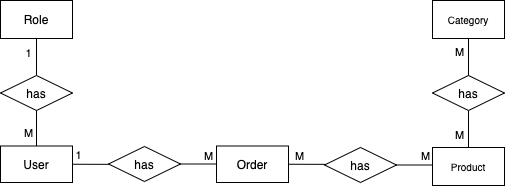
Above: images/ER.png in H0uston/WebBMSTUProject (draw.io), before the change. Source tidied: cells renumbered, new cells last; positions are measured from the earlier drawing's top-left corner, leaving out a move shared by most shapes.
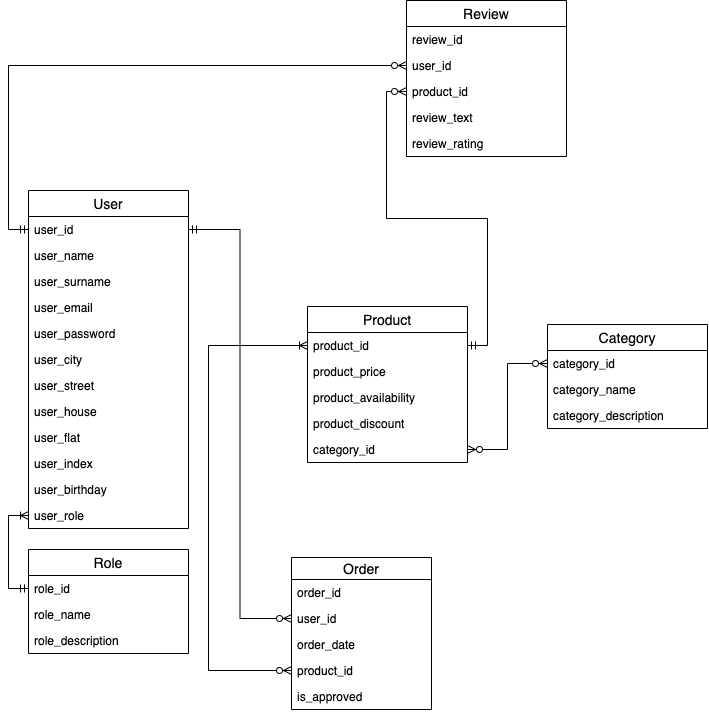
After the change.

Commit message:
Images have been updated

What changed in the source:
```diff
@@ -2,96 +2,145 @@
   <root>
     <mxCell id="0" />
     <mxCell id="1" parent="0" />
-    <mxCell id="2" value="Role" style="rounded=0;whiteSpace=wrap;html=1;" parent="1" vertex="1">
-      <mxGeometry width="72" height="38" as="geometry" />
+    <mxCell id="2" value="Order" style="swimlane;fontStyle=0;horizontal=1;startSize=22;align=center;fontSize=14;" parent="1" vertex="1">
+      <mxGeometry width="140" height="152" as="geometry" />
     </mxCell>
-    <mxCell id="3" style="edgeStyle=orthogonalEdgeStyle;rounded=0;jettySize=auto;html=1;exitX=0.5;exitY=0;exitDx=0;exitDy=0;entryX=0.5;entryY=1;entryDx=0;entryDy=0;endArrow=none;endFill=0;" parent="1" edge="1" source="5" target="2">
-      <mxGeometry relative="1" as="geometry" />
+    <mxCell id="3" value="order_id" style="text;strokeColor=none;fillColor=none;spacingLeft=4;spacingRight=4;overflow=hidden;fontSize=12;" parent="2" vertex="1">
+      <mxGeometry y="22" width="140" height="26" as="geometry" />
     </mxCell>
-    <mxCell id="4" value="1" style="edgeLabel;html=1;align=center;verticalAlign=middle;points=[];" parent="3" vertex="1">
-      <mxGeometry x="0.3" relative="1" as="geometry">
-        <mxPoint x="-9" y="0.1" as="offset" />
-      </mxGeometry>
+    <mxCell id="4" value="user_id" style="text;strokeColor=none;fillColor=none;spacingLeft=4;spacingRight=4;overflow=hidden;points=[[0,0.5],[1,0.5]];portConstraint=eastwest;fontSize=12;" parent="2" vertex="1">
+      <mxGeometry y="48" width="140" height="26" as="geometry" />
     </mxCell>
-    <mxCell id="5" value="has" style="rhombus;whiteSpace=wrap;html=1;" parent="1" vertex="1">
-      <mxGeometry y="75" width="72" height="35" as="geometry" />
+    <mxCell id="5" value="order_date" style="text;strokeColor=none;fillColor=none;spacingLeft=4;spacingRight=4;overflow=hidden;points=[[0,0.5],[1,0.5]];portConstraint=eastwest;fontSize=12;" parent="2" vertex="1">
+      <mxGeometry y="74" width="140" height="26" as="geometry" />
     </mxCell>
-    <mxCell id="6" style="edgeStyle=orthogonalEdgeStyle;rounded=0;jettySize=auto;html=1;exitX=0.5;exitY=0;exitDx=0;exitDy=0;entryX=0.5;entryY=1;entryDx=0;entryDy=0;endArrow=none;endFill=0;" parent="1" edge="1" source="10" target="5">
-      <mxGeometry relative="1" as="geometry" />
+    <mxCell id="6" value="product_id" style="text;strokeColor=none;fillColor=none;spacingLeft=4;spacingRight=4;overflow=hidden;points=[[0,0.5],[1,0.5]];portConstraint=eastwest;fontSize=12;" parent="2" vertex="1">
+      <mxGeometry y="100" width="140" height="26" as="geometry" />
     </mxCell>
-    <mxCell id="7" value="М" style="edgeLabel;html=1;align=center;verticalAlign=middle;" parent="6" vertex="1">
-      <mxGeometry x="-0.28" relative="1" as="geometry">
-        <mxPoint x="-9" y="0.1" as="offset" />
-      </mxGeometry>
+    <mxCell id="7" value="is_approved" style="text;strokeColor=none;fillColor=none;spacingLeft=4;spacingRight=4;overflow=hidden;fontSize=12;" parent="2" vertex="1">
+      <mxGeometry y="126" width="140" height="26" as="geometry" />
     </mxCell>
-    <mxCell id="8" style="edgeStyle=orthogonalEdgeStyle;rounded=0;jettySize=auto;html=1;exitX=1;exitY=0.5;exitDx=0;exitDy=0;entryX=0;entryY=0.5;entryDx=0;entryDy=0;endArrow=none;endFill=0;" parent="1" edge="1" source="10" target="16">
-      <mxGeometry relative="1" as="geometry" />
+    <mxCell id="8" value="Product" style="swimlane;fontStyle=0;horizontal=1;startSize=26;align=center;fontSize=14;" parent="1" vertex="1">
+      <mxGeometry x="16" y="-251" width="160" height="156" as="geometry" />
     </mxCell>
-    <mxCell id="9" value="1" style="edgeLabel;html=1;align=center;verticalAlign=middle;points=[];" parent="8" vertex="1">
-      <mxGeometry x="-0.9" y="2" relative="1" as="geometry">
-        <mxPoint x="3.3" y="-7.5" as="offset" />
-      </mxGeometry>
+    <mxCell id="9" value="product_id" style="text;strokeColor=none;fillColor=none;spacingLeft=4;spacingRight=4;overflow=hidden;points=[[0,0.5],[1,0.5]];portConstraint=eastwest;fontSize=12;" parent="8" vertex="1">
+      <mxGeometry y="26" width="160" height="26" as="geometry" />
     </mxCell>
-    <mxCell id="10" value="&lt;font style=&quot;font-size: 12px&quot;&gt;User&lt;/font&gt;" style="rounded=0;whiteSpace=wrap;html=1;" parent="1" vertex="1">
-      <mxGeometry y="145.5" width="72" height="36.5" as="geometry" />
+    <mxCell id="10" value="product_price" style="text;strokeColor=none;fillColor=none;spacingLeft=4;spacingRight=4;overflow=hidden;points=[[0,0.5],[1,0.5]];portConstraint=eastwest;fontSize=12;" parent="8" vertex="1">
+      <mxGeometry y="52" width="160" height="26" as="geometry" />
     </mxCell>
-    <mxCell id="11" style="edgeStyle=orthogonalEdgeStyle;rounded=0;jettySize=auto;html=1;exitX=1;exitY=0.5;exitDx=0;exitDy=0;endArrow=none;endFill=0;entryX=0;entryY=0.5;entryDx=0;entryDy=0;" parent="1" edge="1" source="13" target="22">
-      <mxGeometry relative="1" as="geometry" />
+    <mxCell id="11" value="product_availability" style="text;strokeColor=none;fillColor=none;spacingLeft=4;spacingRight=4;overflow=hidden;fontSize=12;" parent="8" vertex="1">
+      <mxGeometry y="78" width="160" height="26" as="geometry" />
     </mxCell>
-    <mxCell id="12" value="М" style="edgeLabel;html=1;align=center;verticalAlign=middle;" parent="11" vertex="1">
-      <mxGeometry x="-0.5" relative="1" as="geometry">
-        <mxPoint y="-8.8" as="offset" />
-      </mxGeometry>
+    <mxCell id="12" value="product_discount" style="text;strokeColor=none;fillColor=none;spacingLeft=4;spacingRight=4;overflow=hidden;fontSize=12;" parent="8" vertex="1">
+      <mxGeometry y="104" width="160" height="26" as="geometry" />
     </mxCell>
-    <mxCell id="13" value="&lt;font style=&quot;font-size: 12px&quot;&gt;Order&lt;/font&gt;" style="rounded=0;whiteSpace=wrap;html=1;" parent="1" vertex="1">
-      <mxGeometry x="216" y="145.5" width="72" height="36.5" as="geometry" />
+    <mxCell id="13" value="category_id" style="text;strokeColor=none;fillColor=none;spacingLeft=4;spacingRight=4;overflow=hidden;points=[[0,0.5],[1,0.5]];portConstraint=eastwest;fontSize=12;" parent="8" vertex="1">
+      <mxGeometry y="130" width="160" height="26" as="geometry" />
     </mxCell>
-    <mxCell id="14" style="edgeStyle=orthogonalEdgeStyle;rounded=0;jettySize=auto;html=1;exitX=1;exitY=0.5;exitDx=0;exitDy=0;endArrow=none;endFill=0;entryX=0;entryY=0.5;entryDx=0;entryDy=0;" parent="1" edge="1" source="16" target="13">
-      <mxGeometry relative="1" as="geometry" />
+    <mxCell id="14" value="Review" style="swimlane;fontStyle=0;horizontal=1;startSize=26;align=center;fontSize=14;" parent="1" vertex="1">
+      <mxGeometry x="115" y="-557" width="160" height="156" as="geometry" />
     </mxCell>
-    <mxCell id="15" value="М" style="edgeLabel;html=1;align=center;verticalAlign=middle;" parent="14" vertex="1">
-      <mxGeometry x="0.51" y="1" relative="1" as="geometry">
-        <mxPoint x="0.4" y="-7.5" as="offset" />
-      </mxGeometry>
+    <mxCell id="15" value="review_id" style="text;strokeColor=none;fillColor=none;spacingLeft=4;spacingRight=4;overflow=hidden;fontSize=12;" parent="14" vertex="1">
+      <mxGeometry y="26" width="160" height="26" as="geometry" />
     </mxCell>
-    <mxCell id="16" value="has" style="rhombus;whiteSpace=wrap;html=1;" parent="1" vertex="1">
-      <mxGeometry x="108" y="146" width="72" height="35" as="geometry" />
+    <mxCell id="16" value="user_id" style="text;strokeColor=none;fillColor=none;spacingLeft=4;spacingRight=4;overflow=hidden;points=[[0,0.5],[1,0.5]];portConstraint=eastwest;fontSize=12;" parent="14" vertex="1">
+      <mxGeometry y="52" width="160" height="26" as="geometry" />
     </mxCell>
-    <mxCell id="17" style="edgeStyle=orthogonalEdgeStyle;rounded=0;jettySize=auto;html=1;exitX=0.5;exitY=0;exitDx=0;exitDy=0;entryX=0.5;entryY=1;entryDx=0;entryDy=0;endArrow=none;endFill=0;" parent="1" edge="1" source="19" target="23">
-      <mxGeometry relative="1" as="geometry" />
+    <mxCell id="17" value="product_id" style="text;strokeColor=none;fillColor=none;spacingLeft=4;spacingRight=4;overflow=hidden;points=[[0,0.5],[1,0.5]];portConstraint=eastwest;fontSize=12;" parent="14" vertex="1">
+      <mxGeometry y="78" width="160" height="26" as="geometry" />
     </mxCell>
-    <mxCell id="18" value="M" style="edgeLabel;html=1;align=center;verticalAlign=middle;" parent="17" vertex="1">
-      <mxGeometry x="-0.54" y="-1" relative="1" as="geometry">
-        <mxPoint x="-11" y="-4.7" as="offset" />
-      </mxGeometry>
+    <mxCell id="18" value="review_text" style="text;strokeColor=none;fillColor=none;spacingLeft=4;spacingRight=4;overflow=hidden;fontSize=12;" parent="14" vertex="1">
+      <mxGeometry y="104" width="160" height="26" as="geometry" />
     </mxCell>
-    <mxCell id="19" value="&lt;span style=&quot;font-size: 10px&quot;&gt;Product&lt;/span&gt;" style="rounded=0;whiteSpace=wrap;html=1;" parent="1" vertex="1">
-      <mxGeometry x="432" y="147" width="72" height="38" as="geometry" />
+    <mxCell id="19" value="review_rating" style="text;strokeColor=none;fillColor=none;spacingLeft=4;spacingRight=4;overflow=hidden;points=[[0,0.5],[1,0.5]];portConstraint=eastwest;fontSize=12;" parent="14" vertex="1">
+      <mxGeometry y="130" width="160" height="26" as="geometry" />
     </mxCell>
-    <mxCell id="20" style="edgeStyle=orthogonalEdgeStyle;rounded=0;jettySize=auto;html=1;exitX=1;exitY=0.5;exitDx=0;exitDy=0;entryX=0;entryY=0.5;entryDx=0;entryDy=0;endArrow=none;endFill=0;" parent="1" edge="1" source="22" target="19">
-      <mxGeometry relative="1" as="geometry" />
+    <mxCell id="20" value="Role" style="swimlane;fontStyle=0;horizontal=1;startSize=26;align=center;fontSize=14;" parent="1" vertex="1">
+      <mxGeometry x="-263" y="-8" width="160" height="104" as="geometry" />
     </mxCell>
-    <mxCell id="21" value="М" style="edgeLabel;html=1;align=center;verticalAlign=middle;points=[];" parent="20" vertex="1">
-      <mxGeometry x="0.47" y="1" relative="1" as="geometry">
-        <mxPoint x="-0.6" y="-8.5" as="offset" />
-      </mxGeometry>
+    <mxCell id="21" value="role_id" style="text;strokeColor=none;fillColor=none;spacingLeft=4;spacingRight=4;overflow=hidden;points=[[0,0.5],[1,0.5]];portConstraint=eastwest;fontSize=12;" parent="20" vertex="1">
+      <mxGeometry y="26" width="160" height="26" as="geometry" />
     </mxCell>
-    <mxCell id="22" value="has" style="rhombus;whiteSpace=wrap;html=1;" parent="1" vertex="1">
-      <mxGeometry x="324" y="147" width="72" height="35" as="geometry" />
+    <mxCell id="22" value="role_name" style="text;strokeColor=none;fillColor=none;spacingLeft=4;spacingRight=4;overflow=hidden;points=[[0,0.5],[1,0.5]];portConstraint=eastwest;fontSize=12;" parent="20" vertex="1">
+      <mxGeometry y="52" width="160" height="26" as="geometry" />
     </mxCell>
-    <mxCell id="23" value="has" style="rhombus;whiteSpace=wrap;html=1;" parent="1" vertex="1">
-      <mxGeometry x="432" y="75" width="72" height="35" as="geometry" />
+    <mxCell id="23" value="role_description" style="text;strokeColor=none;fillColor=none;spacingLeft=4;spacingRight=4;overflow=hidden;points=[[0,0.5],[1,0.5]];portConstraint=eastwest;fontSize=12;" parent="20" vertex="1">
+      <mxGeometry y="78" width="160" height="26" as="geometry" />
     </mxCell>
-    <mxCell id="24" style="edgeStyle=orthogonalEdgeStyle;rounded=0;jettySize=auto;html=1;exitX=0.5;exitY=1;exitDx=0;exitDy=0;entryX=0.5;entryY=0;entryDx=0;entryDy=0;endArrow=none;endFill=0;" parent="1" edge="1" source="26" target="23">
-      <mxGeometry relative="1" as="geometry" />
+    <mxCell id="24" value="Category" style="swimlane;fontStyle=0;horizontal=1;startSize=26;align=center;fontSize=14;" parent="1" vertex="1">
+      <mxGeometry x="256" y="-233" width="160" height="104" as="geometry" />
     </mxCell>
-    <mxCell id="25" value="M" style="edgeLabel;html=1;align=center;verticalAlign=middle;points=[];" parent="24" vertex="1">
-      <mxGeometry x="-0.09" relative="1" as="geometry">
-        <mxPoint x="-10" y="-3.2" as="offset" />
-      </mxGeometry>
+    <mxCell id="25" value="category_id" style="text;strokeColor=none;fillColor=none;spacingLeft=4;spacingRight=4;overflow=hidden;points=[[0,0.5],[1,0.5]];portConstraint=eastwest;fontSize=12;" parent="24" vertex="1">
+      <mxGeometry y="26" width="160" height="26" as="geometry" />
     </mxCell>
-    <mxCell id="26" value="&lt;span style=&quot;font-size: 10px&quot;&gt;Category&lt;/span&gt;" style="rounded=0;whiteSpace=wrap;html=1;" parent="1" vertex="1">
-      <mxGeometry x="432" width="72" height="38" as="geometry" />
+    <mxCell id="26" value="category_name" style="text;strokeColor=none;fillColor=none;spacingLeft=4;spacingRight=4;overflow=hidden;points=[[0,0.5],[1,0.5]];portConstraint=eastwest;fontSize=12;" parent="24" vertex="1">
+      <mxGeometry y="52" width="160" height="26" as="geometry" />
     </mxCell>
+    <mxCell id="27" value="category_description" style="text;strokeColor=none;fillColor=none;spacingLeft=4;spacingRight=4;overflow=hidden;fontSize=12;" parent="24" vertex="1">
+      <mxGeometry y="78" width="160" height="26" as="geometry" />
+    </mxCell>
+    <mxCell id="28" value="User" style="swimlane;fontStyle=0;horizontal=1;startSize=26;align=center;fontSize=14;" parent="1" vertex="1">
+      <mxGeometry x="-263" y="-367" width="160" height="338" as="geometry" />
+    </mxCell>
+    <mxCell id="29" value="user_id" style="text;strokeColor=none;fillColor=none;spacingLeft=4;spacingRight=4;overflow=hidden;points=[[0,0.5],[1,0.5]];portConstraint=eastwest;fontSize=12;" parent="28" vertex="1">
+      <mxGeometry y="26" width="160" height="26" as="geometry" />
+    </mxCell>
+    <mxCell id="30" value="user_name" style="text;strokeColor=none;fillColor=none;spacingLeft=4;spacingRight=4;overflow=hidden;fontSize=12;" parent="28" vertex="1">
+      <mxGeometry y="52" width="160" height="26" as="geometry" />
+    </mxCell>
+    <mxCell id="31" value="user_surname" style="text;strokeColor=none;fillColor=none;spacingLeft=4;spacingRight=4;overflow=hidden;fontSize=12;" parent="28" vertex="1">
+      <mxGeometry y="78" width="160" height="26" as="geometry" />
+    </mxCell>
+    <mxCell id="32" value="user_email" style="text;strokeColor=none;fillColor=none;spacingLeft=4;spacingRight=4;overflow=hidden;fontSize=12;" parent="28" vertex="1">
+      <mxGeometry y="104" width="160" height="26" as="geometry" />
+    </mxCell>
+    <mxCell id="33" value="user_password" style="text;strokeColor=none;fillColor=none;spacingLeft=4;spacingRight=4;overflow=hidden;fontSize=12;" parent="28" vertex="1">
+      <mxGeometry y="130" width="160" height="26" as="geometry" />
+    </mxCell>
+    <mxCell id="34" value="user_city" style="text;strokeColor=none;fillColor=none;spacingLeft=4;spacingRight=4;overflow=hidden;fontSize=12;" parent="28" vertex="1">
+      <mxGeometry y="156" width="160" height="26" as="geometry" />
+    </mxCell>
+    <mxCell id="35" value="user_street" style="text;strokeColor=none;fillColor=none;spacingLeft=4;spacingRight=4;overflow=hidden;fontSize=12;" parent="28" vertex="1">
+      <mxGeometry y="182" width="160" height="26" as="geometry" />
+    </mxCell>
+    <mxCell id="36" value="user_house" style="text;strokeColor=none;fillColor=none;spacingLeft=4;spacingRight=4;overflow=hidden;fontSize=12;" parent="28" vertex="1">
+      <mxGeometry y="208" width="160" height="26" as="geometry" />
+    </mxCell>
+    <mxCell id="37" value="user_flat" style="text;strokeColor=none;fillColor=none;spacingLeft=4;spacingRight=4;overflow=hidden;fontSize=12;" parent="28" vertex="1">
+      <mxGeometry y="234" width="160" height="26" as="geometry" />
+    </mxCell>
+    <mxCell id="38" value="user_index" style="text;strokeColor=none;fillColor=none;spacingLeft=4;spacingRight=4;overflow=hidden;fontSize=12;" parent="28" vertex="1">
+      <mxGeometry y="260" width="160" height="26" as="geometry" />
+    </mxCell>
+    <mxCell id="39" value="user_birthday" style="text;strokeColor=none;fillColor=none;spacingLeft=4;spacingRight=4;overflow=hidden;fontSize=12;" parent="28" vertex="1">
+      <mxGeometry y="286" width="160" height="26" as="geometry" />
+    </mxCell>
+    <mxCell id="40" value="user_role" style="text;strokeColor=none;fillColor=none;spacingLeft=4;spacingRight=4;overflow=hidden;points=[[0,0.5],[1,0.5]];portConstraint=eastwest;fontSize=12;" parent="28" vertex="1">
+      <mxGeometry y="312" width="160" height="26" as="geometry" />
+    </mxCell>
+    <mxCell id="41" style="edgeStyle=orthogonalEdgeStyle;rounded=0;jettySize=auto;html=1;exitX=0;exitY=0.5;exitDx=0;exitDy=0;entryX=1;entryY=0.5;entryDx=0;entryDy=0;startArrow=ERzeroToMany;startFill=1;endArrow=ERmandOne;endFill=0;" parent="1" edge="1" source="4" target="29">
+      <mxGeometry relative="1" as="geometry" />
+    </mxCell>
+    <mxCell id="42" style="edgeStyle=orthogonalEdgeStyle;rounded=0;jettySize=auto;html=1;exitX=0;exitY=0.5;exitDx=0;exitDy=0;entryX=0;entryY=0.5;entryDx=0;entryDy=0;startArrow=ERzeroToMany;startFill=1;endArrow=ERoneToMany;endFill=0;" parent="1" edge="1" source="6" target="9">
+      <mxGeometry relative="1" as="geometry">
+        <Array as="points">
+          <mxPoint x="-83" y="113" />
+          <mxPoint x="-83" y="-212" />
+        </Array>
+      </mxGeometry>
+    </mxCell>
+    <mxCell id="43" style="edgeStyle=orthogonalEdgeStyle;rounded=0;jettySize=auto;html=1;exitX=0;exitY=0.5;exitDx=0;exitDy=0;entryX=1;entryY=0.5;entryDx=0;entryDy=0;startArrow=ERzeroToMany;startFill=1;endArrow=ERzeroToMany;endFill=1;" parent="1" edge="1" source="25" target="13">
+      <mxGeometry relative="1" as="geometry" />
+    </mxCell>
+    <mxCell id="44" style="edgeStyle=orthogonalEdgeStyle;rounded=0;jettySize=auto;html=1;exitX=0;exitY=0.5;exitDx=0;exitDy=0;entryX=0;entryY=0.5;entryDx=0;entryDy=0;startArrow=ERmandOne;startFill=0;endArrow=ERoneToMany;endFill=0;" parent="1" edge="1" source="21" target="40">
+      <mxGeometry relative="1" as="geometry" />
+    </mxCell>
+    <mxCell id="45" style="edgeStyle=orthogonalEdgeStyle;rounded=0;jettySize=auto;html=1;exitX=0;exitY=0.5;exitDx=0;exitDy=0;entryX=1;entryY=0.5;entryDx=0;entryDy=0;startArrow=ERzeroToMany;startFill=1;endArrow=ERmandOne;endFill=0;" parent="1" edge="1" source="17" target="9">
+      <mxGeometry relative="1" as="geometry" />
+    </mxCell>
+    <mxCell id="46" style="edgeStyle=orthogonalEdgeStyle;rounded=0;jettySize=auto;html=1;exitX=0;exitY=0.5;exitDx=0;exitDy=0;entryX=0;entryY=0.5;entryDx=0;entryDy=0;startArrow=ERzeroToMany;startFill=1;endArrow=ERmandOne;endFill=0;" parent="1" edge="1" source="16" target="29">
+      <mxGeometry relative="1" as="geometry" />
+    </mxCell>
   </root>
 </mxGraphModel>
```
